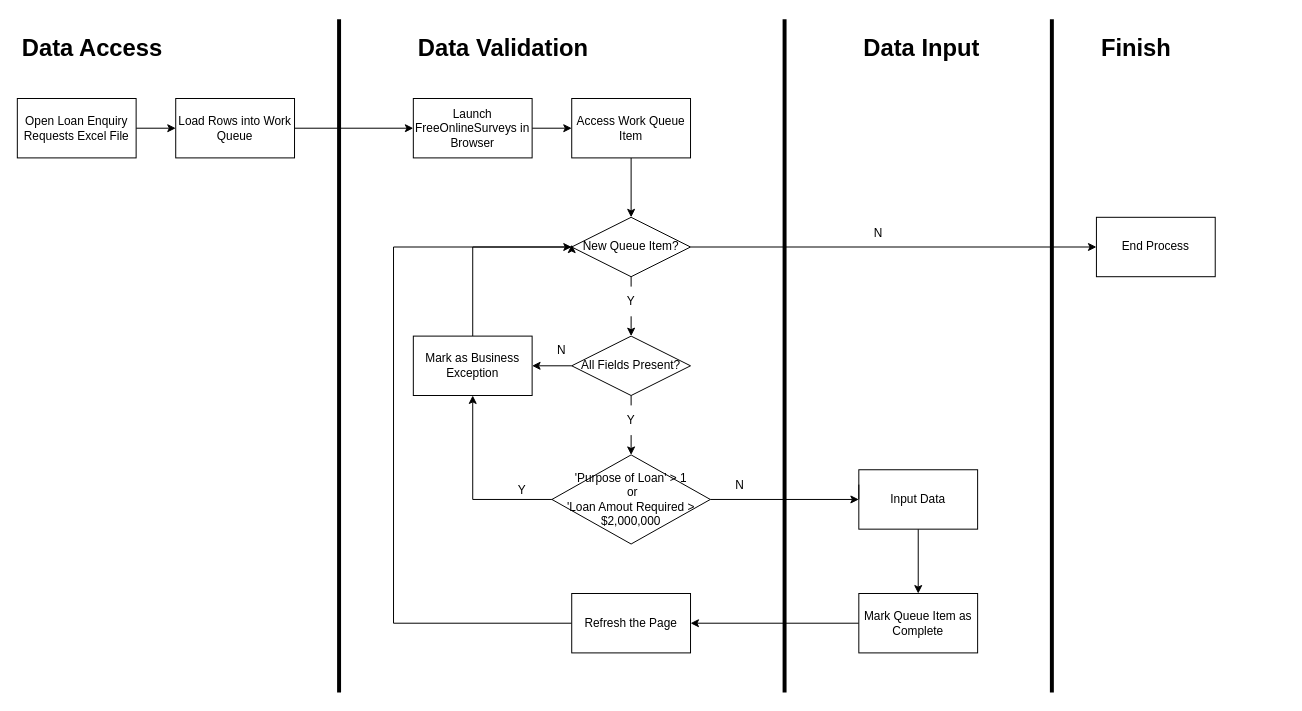
Above: goldward_pdd.drawio in Read-Jake/Read-Jake (draw.io), before the change. Source tidied: cells renumbered, new cells numbered last; positions are measured from the earlier drawing's top-left corner, leaving out a move shared by most shapes. Both pictures are drawn from the tidied source at 99%, with x=0, y=0 at pixel (17, 19).
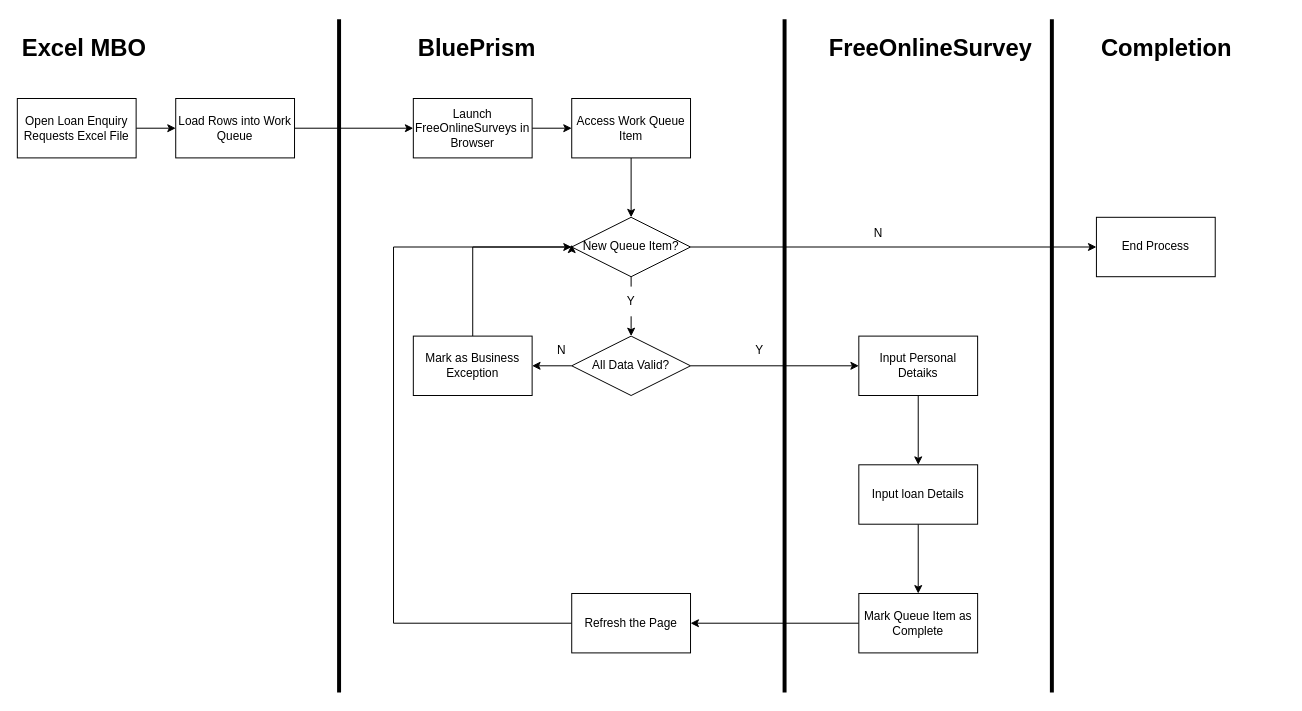
After the change.

The change refers to these unchanged cells:
```xml
<mxCell id="20" value="Mark as Business Exception" style="rounded=0;whiteSpace=wrap;html=1;" parent="1" vertex="1">
  <mxGeometry x="400" y="320" width="120" height="60" as="geometry" />
</mxCell>
<mxCell id="30" value="Mark Queue Item as Complete" style="rounded=0;whiteSpace=wrap;html=1;" parent="1" vertex="1">
  <mxGeometry x="850" y="580" width="120" height="60" as="geometry" />
</mxCell>
```

Change to the diagram source:
```diff
@@
-    <mxCell id="2" value="Y" style="text;strokeColor=none;fillColor=none;align=center;verticalAlign=middle;rounded=0;" parent="1" vertex="1">
-      <mxGeometry x="480" y="460" width="60" height="30" as="geometry" />
-    </mxCell>
@@
-    <mxCell id="17" style="edgeStyle=none;rounded=0;jettySize=auto;html=1;exitX=0.5;exitY=1;exitDx=0;exitDy=0;entryX=0.5;entryY=0;entryDx=0;entryDy=0;startArrow=none;" parent="1" edge="1" source="24" target="23">
+    <mxCell id="17" style="edgeStyle=none;rounded=0;jettySize=auto;html=1;exitX=1;exitY=0.5;exitDx=0;exitDy=0;entryX=0;entryY=0.5;entryDx=0;entryDy=0;startArrow=none;" parent="1" edge="1" source="18" target="27">
       <mxGeometry relative="1" as="geometry" />
     </mxCell>
-    <mxCell id="18" value="All Fields Present?" style="rhombus;whiteSpace=wrap;html=1;" parent="1" vertex="1">
+    <mxCell id="18" value="All Data Valid?" style="rhombus;whiteSpace=wrap;html=1;" parent="1" vertex="1">
       <mxGeometry x="560" y="320" width="120" height="60" as="geometry" />
     </mxCell>
@@
-    <mxCell id="22" style="edgeStyle=orthogonalEdgeStyle;rounded=0;jettySize=auto;html=1;entryX=0.5;entryY=1;entryDx=0;entryDy=0;" parent="1" edge="1" source="23" target="20">
-      <mxGeometry relative="1" as="geometry" />
-    </mxCell>
-    <mxCell id="23" value="'Purpose of Loan' &amp;gt; 1&lt;br&gt;&amp;nbsp;or &lt;br&gt;'Loan Amout Required &amp;gt; $2,000,000" style="rhombus;whiteSpace=wrap;html=1;" parent="1" vertex="1">
-      <mxGeometry x="540" y="440" width="160" height="90" as="geometry" />
-    </mxCell>
     <mxCell id="24" value="Y" style="text;html=1;strokeColor=none;fillColor=none;align=center;verticalAlign=middle;whiteSpace=wrap;rounded=0;" parent="1" vertex="1">
-      <mxGeometry x="590" y="390" width="60" height="30" as="geometry" />
+      <mxGeometry x="720" y="320" width="60" height="30" as="geometry" />
     </mxCell>
-    <mxCell id="25" style="edgeStyle=none;rounded=0;jettySize=auto;html=1;exitX=0.5;exitY=1;exitDx=0;exitDy=0;entryX=0.5;entryY=0;entryDx=0;entryDy=0;endArrow=none;" parent="1" edge="1" source="18" target="24">
-      <mxGeometry relative="1" as="geometry" />
-    </mxCell>
-    <mxCell id="26" style="edgeStyle=none;rounded=0;jettySize=auto;html=1;exitX=0.5;exitY=1;exitDx=0;exitDy=0;entryX=0.5;entryY=0;entryDx=0;entryDy=0;" parent="1" edge="1" source="27" target="30">
-      <mxGeometry relative="1" as="geometry" />
-    </mxCell>
+    <mxCell id="44" style="edgeStyle=orthogonalEdgeStyle;rounded=0;jettySize=auto;html=1;exitX=0.5;exitY=1;exitDx=0;exitDy=0;entryX=0.5;entryY=0;entryDx=0;entryDy=0;" parent="1" edge="1" source="27" target="46">
+      <mxGeometry relative="1" as="geometry" />
+    </mxCell>
-    <mxCell id="27" value="Input Data" style="rounded=0;whiteSpace=wrap;html=1;" parent="1" vertex="1">
-      <mxGeometry x="850" y="455" width="120" height="60" as="geometry" />
+    <mxCell id="27" value="Input Personal Detaiks" style="rounded=0;whiteSpace=wrap;html=1;" parent="1" vertex="1">
+      <mxGeometry x="850" y="320" width="120" height="60" as="geometry" />
     </mxCell>
-    <mxCell id="28" style="edgeStyle=none;rounded=0;jettySize=auto;html=1;exitX=1;exitY=0.5;exitDx=0;exitDy=0;entryX=0;entryY=0.5;entryDx=0;entryDy=0;endArrow=none;startArrow=none;" parent="1" edge="1" target="27">
-      <mxGeometry relative="1" as="geometry">
-        <mxPoint x="850" y="470" as="sourcePoint" />
-      </mxGeometry>
-    </mxCell>
@@
-    <mxCell id="35" style="edgeStyle=none;rounded=0;jettySize=auto;html=1;exitX=1;exitY=0.5;exitDx=0;exitDy=0;" parent="1" edge="1" source="23">
-      <mxGeometry relative="1" as="geometry">
-        <mxPoint x="850" y="485" as="targetPoint" />
-      </mxGeometry>
-    </mxCell>
-    <mxCell id="36" value="&lt;h1&gt;Data Access&lt;/h1&gt;" style="text;html=1;strokeColor=none;fillColor=none;spacing=5;spacingTop=-20;whiteSpace=wrap;overflow=hidden;rounded=0;" parent="1" vertex="1">
+    <mxCell id="36" value="&lt;h1&gt;Excel MBO&lt;/h1&gt;" style="text;html=1;strokeColor=none;fillColor=none;spacing=5;spacingTop=-20;whiteSpace=wrap;overflow=hidden;rounded=0;" parent="1" vertex="1">
       <mxGeometry y="10" width="190" height="50" as="geometry" />
     </mxCell>
-    <mxCell id="37" value="&lt;h1&gt;Data Validation&lt;/h1&gt;" style="text;html=1;strokeColor=none;fillColor=none;spacing=5;spacingTop=-20;whiteSpace=wrap;overflow=hidden;rounded=0;" parent="1" vertex="1">
+    <mxCell id="37" value="&lt;h1&gt;BluePrism&lt;/h1&gt;" style="text;html=1;strokeColor=none;fillColor=none;spacing=5;spacingTop=-20;whiteSpace=wrap;overflow=hidden;rounded=0;" parent="1" vertex="1">
       <mxGeometry x="400" y="10" width="190" height="60" as="geometry" />
     </mxCell>
-    <mxCell id="38" value="&lt;h1&gt;Data Input&lt;/h1&gt;" style="text;html=1;strokeColor=none;fillColor=none;spacing=5;spacingTop=-20;whiteSpace=wrap;overflow=hidden;rounded=0;" parent="1" vertex="1">
-      <mxGeometry x="850" y="10" width="190" height="45" as="geometry" />
+    <mxCell id="38" value="&lt;h1&gt;FreeOnlineSurvey&lt;/h1&gt;" style="text;html=1;strokeColor=none;fillColor=none;spacing=5;spacingTop=-20;whiteSpace=wrap;overflow=hidden;rounded=0;" parent="1" vertex="1">
+      <mxGeometry x="815" y="10" width="235" height="45" as="geometry" />
     </mxCell>
-    <mxCell id="39" value="&lt;h1&gt;Finish&lt;/h1&gt;" style="text;html=1;strokeColor=none;fillColor=none;spacing=5;spacingTop=-20;whiteSpace=wrap;overflow=hidden;rounded=0;" parent="1" vertex="1">
+    <mxCell id="39" value="&lt;h1&gt;Completion&lt;/h1&gt;" style="text;html=1;strokeColor=none;fillColor=none;spacing=5;spacingTop=-20;whiteSpace=wrap;overflow=hidden;rounded=0;" parent="1" vertex="1">
       <mxGeometry x="1090" y="10" width="190" height="50" as="geometry" />
     </mxCell>
@@
-    <mxCell id="42" value="N" style="text;strokeColor=none;fillColor=none;align=center;verticalAlign=middle;rounded=0;labelBackgroundColor=none;" parent="1" vertex="1">
-      <mxGeometry x="700" y="455" width="60" height="30" as="geometry" />
-    </mxCell>
@@
+    <mxCell id="45" style="edgeStyle=orthogonalEdgeStyle;rounded=0;jettySize=auto;html=1;exitX=0.5;exitY=1;exitDx=0;exitDy=0;entryX=0.5;entryY=0;entryDx=0;entryDy=0;" parent="1" edge="1" source="46" target="30">
+      <mxGeometry relative="1" as="geometry" />
+    </mxCell>
+    <mxCell id="46" value="Input loan Details" style="rounded=0;whiteSpace=wrap;html=1;" parent="1" vertex="1">
+      <mxGeometry x="850" y="450" width="120" height="60" as="geometry" />
+    </mxCell>
```
